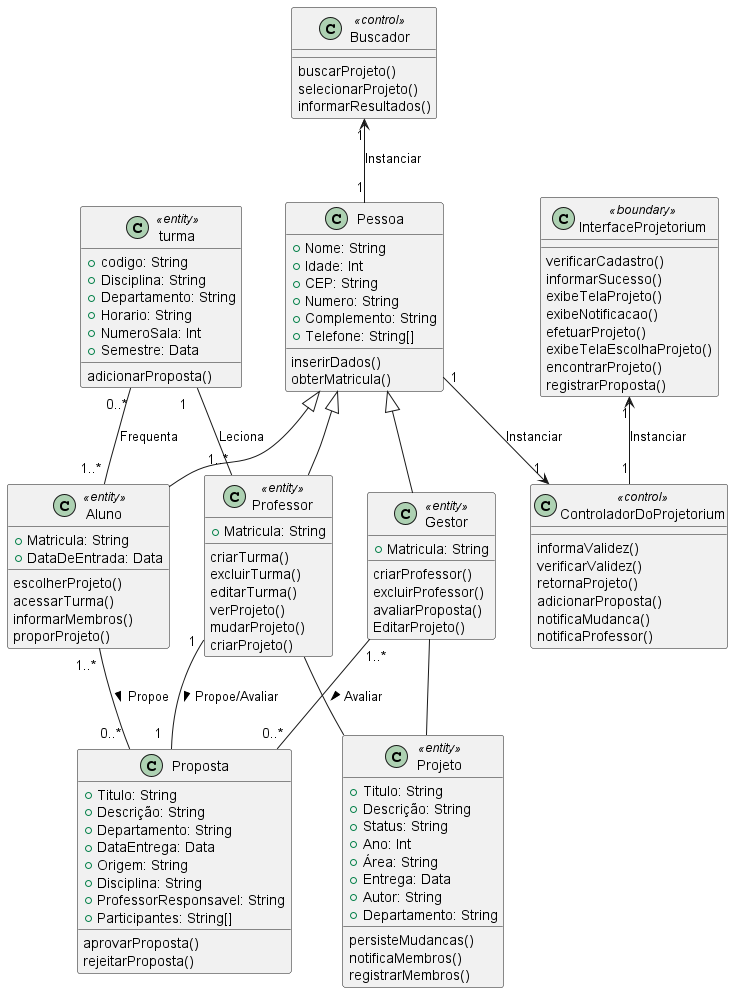
Before: diagramas/classe_projeto.png, a diagram exported from PlantUML (Pedro-V/projetorium).
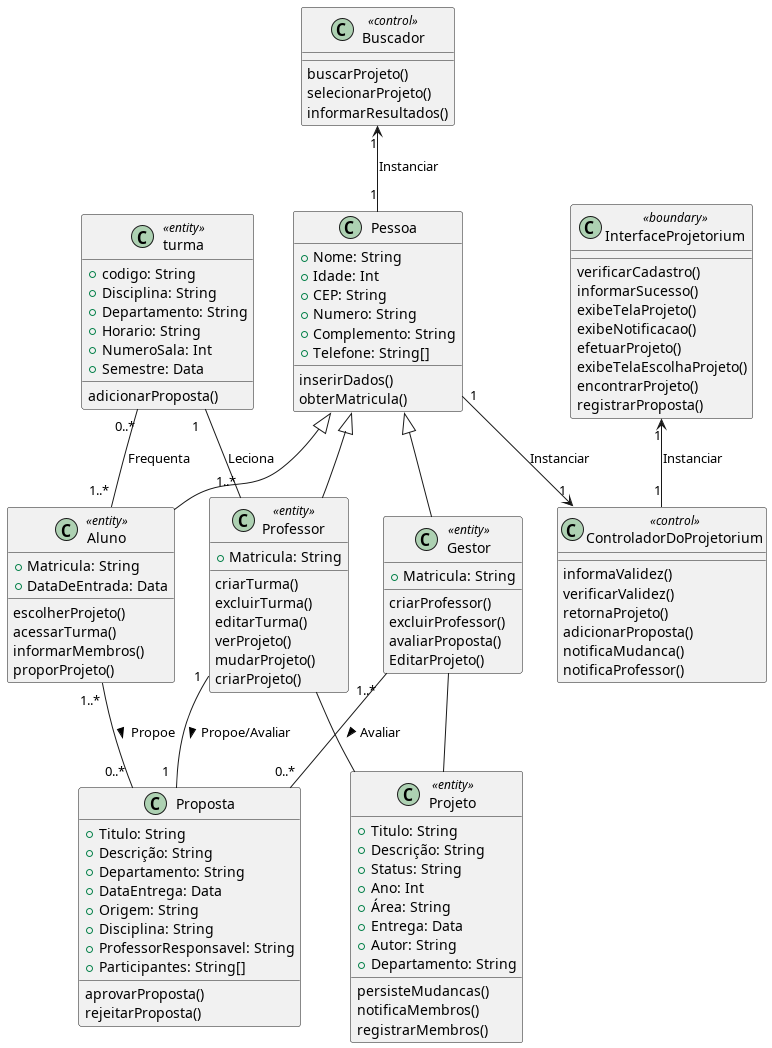
The same file after the commit.

What changed in the source:
```diff
@@ -1,123 +1,121 @@
-@startuml ClasseDeProjeto
-
-    class Pessoa{
-        +Nome: String
-        +Idade: Int
-        +CEP: String
-        +Numero: String
-        +Complemento: String
-        +Telefone: String[]
-        inserirDados()
-        obterMatricula()
-    }
-
-    class Professor <<entity>>{
-        +Matricula: String
-        criarTurma()
-        excluirTurma()
-        editarTurma()
-        verProjeto()
-        mudarProjeto()
-        criarProjeto()
-    }
-
-    class Aluno <<entity>>{
-        +Matricula: String
-        +DataDeEntrada: Data
-        escolherProjeto()
-        acessarTurma()
-        informarMembros()
-        proporProjeto()
-    }
-
-    class Gestor <<entity>>{
-        +Matricula: String
-        criarProfessor()
-        excluirProfessor()
-        avaliarProposta()
-        EditarProjeto()
-    }
-
-    class Projeto <<entity>>{
-        +Titulo: String
-        +Descrição: String
-        +Status: String
-        +Ano: Int
-        +Área: String
-        +Entrega: Data
-        +Autor: String
-        +Departamento: String
-        persisteMudancas()
-        notificaMembros()
-        registrarMembros()
-    }
-
-    class turma <<entity>>{
-        +codigo: String
-        +Disciplina: String
-        +Departamento: String
-        +Horario: String
-        +NumeroSala: Int
-        +Semestre: Data
-        adicionarProposta()
-    }
-
-    class Proposta{
-        +Titulo: String
-        +Descrição: String
-        +Departamento: String
-        +DataEntrega: Data
-        +Origem: String
-        +Disciplina: String
-        +ProfessorResponsavel: String
-        +Participantes: String[]
-        aprovarProposta()
-        rejeitarProposta()
-
-    }
-
-    class Buscador <<control>> {
-    buscarProjeto()
-    selecionarProjeto()
-    informarResultados()
+@startuml
+class Pessoa{
+    +Nome: String
+    +Idade: Int
+    +CEP: String
+    +Numero: String
+    +Complemento: String
+    +Telefone: String[]
+    inserirDados()
+    obterMatricula()
 }
 
-    class InterfaceProjetorium <<boundary>>{
-        verificarCadastro()
-        informarSucesso()
-        exibeTelaProjeto()
-        exibeNotificacao()
-        efetuarProjeto()
-        exibeTelaEscolhaProjeto()
-        encontrarProjeto()
-        registrarProposta()
-    }
-    class ControladorDoProjetorium <<control>>{
-        informaValidez()
-        verificarValidez()
-        retornaProjeto()
-        adicionarProposta()
-        notificaMudanca()
-        notificaProfessor()
+class Professor <<entity>>{
+    +Matricula: String
+    criarTurma()
+    excluirTurma()
+    editarTurma()
+    verProjeto()
+    mudarProjeto()
+    criarProjeto()
+}
 
-    }
+class Aluno <<entity>>{
+    +Matricula: String
+    +DataDeEntrada: Data
+    escolherProjeto()
+    acessarTurma()
+    informarMembros()
+    proporProjeto()
+}
+
+class Gestor <<entity>>{
+    +Matricula: String
+    criarProfessor()
+    excluirProfessor()
+    avaliarProposta()
+    EditarProjeto()
+}
+
+class Projeto <<entity>>{
+    +Titulo: String
+    +Descrição: String
+    +Status: String
+    +Ano: Int
+    +Área: String
+    +Entrega: Data
+    +Autor: String
+    +Departamento: String
+    persisteMudancas()
+    notificaMembros()
+    registrarMembros()
+}
+
+class turma <<entity>>{
+    +codigo: String
+    +Disciplina: String
+    +Departamento: String
+    +Horario: String
+    +NumeroSala: Int
+    +Semestre: Data
+    adicionarProposta()
+}
+
+class Proposta{
+    +Titulo: String
+    +Descrição: String
+    +Departamento: String
+    +DataEntrega: Data
+    +Origem: String
+    +Disciplina: String
+    +ProfessorResponsavel: String
+    +Participantes: String[]
+    aprovarProposta()
+    rejeitarProposta()
+
+}
+
+class Buscador <<control>> {
+buscarProjeto()
+selecionarProjeto()
+informarResultados()
+}
+
+class InterfaceProjetorium <<boundary>>{
+    verificarCadastro()
+    informarSucesso()
+    exibeTelaProjeto()
+    exibeNotificacao()
+    efetuarProjeto()
+    exibeTelaEscolhaProjeto()
+    encontrarProjeto()
+    registrarProposta()
+}
+class ControladorDoProjetorium <<control>>{
+    informaValidez()
+    verificarValidez()
+    retornaProjeto()
+    adicionarProposta()
+    notificaMudanca()
+    notificaProfessor()
+
+}
 
 
-    Pessoa <|-- Professor
-    Pessoa <|-- Aluno
-    Pessoa <|-- Gestor
-    Buscador "1" <-- "1" Pessoa: Instanciar
-    Pessoa "1" --> "1" ControladorDoProjetorium: Instanciar
-    InterfaceProjetorium "1" <-- "1" ControladorDoProjetorium: Instanciar
+Pessoa <|-- Professor
+Pessoa <|-- Aluno
+Pessoa <|-- Gestor
+Buscador "1" <-- "1" Pessoa: Instanciar
+Pessoa "1" --> "1" ControladorDoProjetorium: Instanciar
+InterfaceProjetorium "1" <-- "1" ControladorDoProjetorium: Instanciar
 
-    Aluno "1..* " -- "0..* " Proposta: Propoe >
-    Gestor "1..*      "  -- "      0..*" Proposta : Avaliar >
-    Professor "1" --  "1  " Proposta: Propoe/Avaliar >
+Aluno "1..* " -- "0..* " Proposta: Propoe >
+Gestor "1..*      "  -- "      0..*" Proposta : Avaliar >
+Professor "1" --  "1  " Proposta: Propoe/Avaliar >
 
-    Gestor  --  Projeto
-    Professor  --  Projeto
+Gestor  --  Projeto
+Professor  --  Projeto
 
-    turma "0..*" -- "1..* " Aluno : Frequenta
-    turma "1   "-- "1..*" Professor: Leciona
-
+turma "0..*" -- "1..* " Aluno : Frequenta
+turma "1   "-- "1..*" Professor: Leciona
 @enduml
```
